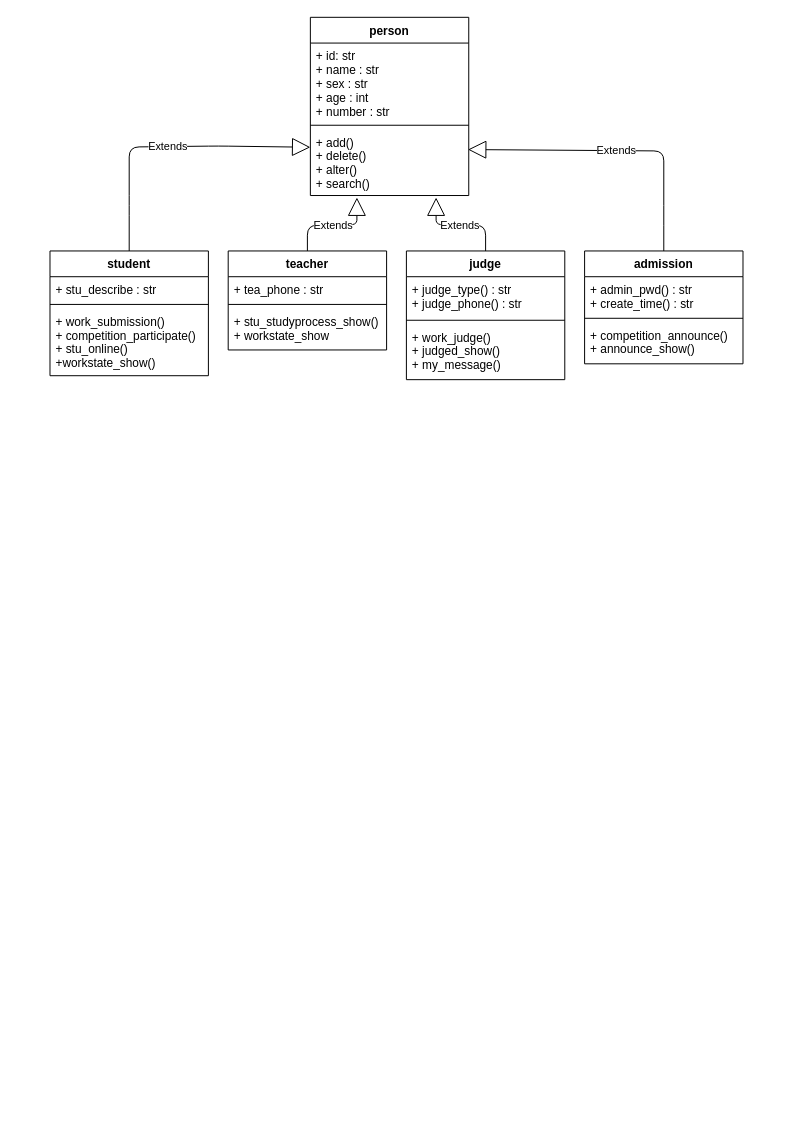
The draw.io diagram 1.drawio in real-hada/competition, before the edit. Source tidied: cells renumbered, new cells numbered last; positions are measured from the earlier drawing's top-left corner, leaving out a move shared by most shapes. Both pictures are drawn from the tidied source at 99%, with x=0, y=0 at pixel (50, 17).
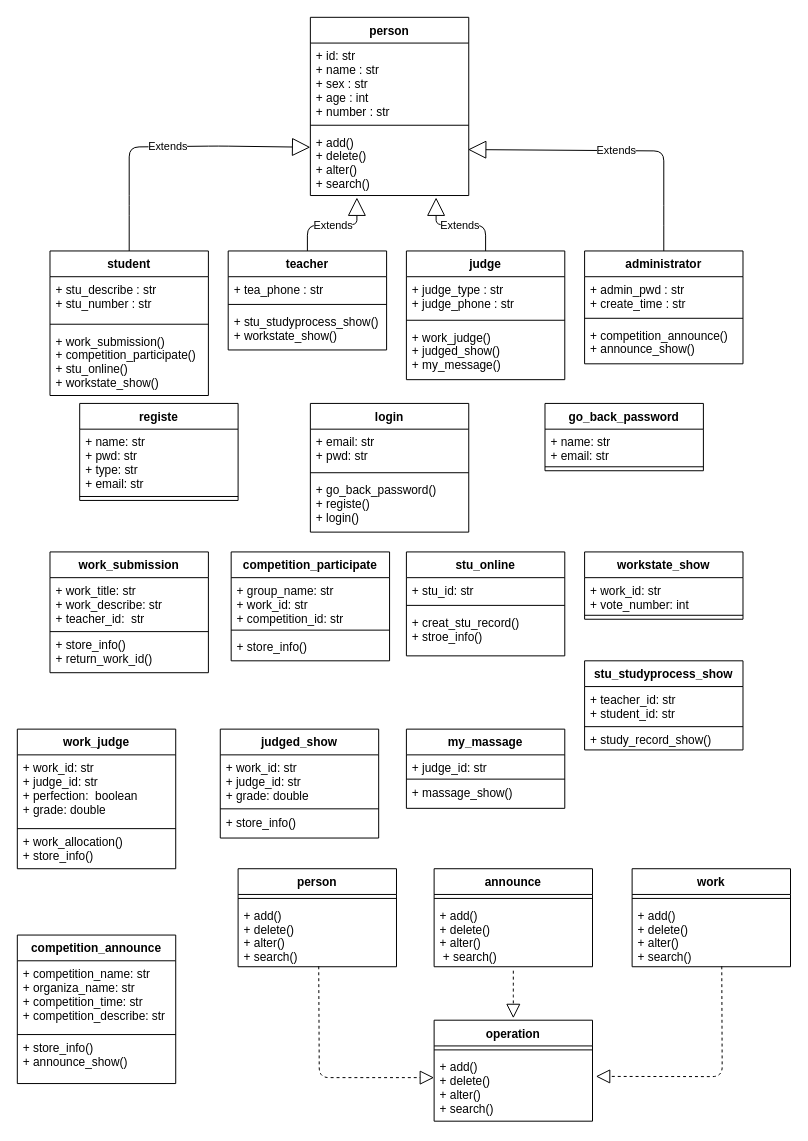
The same page after the edit.

The change refers to these unchanged cells:
```xml
<mxCell id="6" value="teacher" style="swimlane;fontStyle=1;align=center;verticalAlign=top;horizontal=1;startSize=26;" parent="1" vertex="1">
  <mxGeometry x="180" y="236" width="160" height="100" as="geometry" />
</mxCell>
<mxCell id="14" value="judge" style="swimlane;fontStyle=1;align=center;verticalAlign=top;horizontal=1;startSize=26;" parent="1" vertex="1">
  <mxGeometry x="360" y="236" width="160" height="130" as="geometry" />
</mxCell>
```

Diff of the diagram source:
```diff
@@
-<mxGraphModel>
+<mxGraphModel background="#FFFFFF">
@@
     <mxCell id="2" value="student" style="swimlane;fontStyle=1;align=center;verticalAlign=top;horizontal=1;startSize=26;" parent="1" vertex="1">
-      <mxGeometry y="236" width="160" height="126" as="geometry" />
+      <mxGeometry y="236" width="160" height="146" as="geometry" />
     </mxCell>
-    <mxCell id="3" value="+ stu_describe : str&#10;" style="text;strokeColor=none;fillColor=none;align=left;verticalAlign=top;spacingLeft=4;spacingRight=4;overflow=hidden;" parent="2" vertex="1">
-      <mxGeometry y="26" width="160" height="24" as="geometry" />
+    <mxCell id="3" value="+ stu_describe : str&#10;+ stu_number : str&#10;" style="text;strokeColor=none;fillColor=none;align=left;verticalAlign=top;spacingLeft=4;spacingRight=4;overflow=hidden;" parent="2" vertex="1">
+      <mxGeometry y="26" width="160" height="44" as="geometry" />
     </mxCell>
     <mxCell id="4" style="line;strokeWidth=1;fillColor=none;align=left;verticalAlign=middle;spacingTop=-1;spacingLeft=3;spacingRight=3;labelPosition=right;" parent="2" vertex="1">
-      <mxGeometry y="50" width="160" height="8" as="geometry" />
+      <mxGeometry y="70" width="160" height="8" as="geometry" />
     </mxCell>
-    <mxCell id="5" value="+ work_submission()&#10;+ competition_participate()&#10;+ stu_online()&#10;+workstate_show()" style="text;strokeColor=none;fillColor=none;align=left;verticalAlign=top;spacingLeft=4;spacingRight=4;overflow=hidden;" parent="2" vertex="1">
-      <mxGeometry y="58" width="160" height="68" as="geometry" />
+    <mxCell id="5" value="+ work_submission()&#10;+ competition_participate()&#10;+ stu_online()&#10;+ workstate_show()" style="text;strokeColor=none;fillColor=none;align=left;verticalAlign=top;spacingLeft=4;spacingRight=4;overflow=hidden;" parent="2" vertex="1">
+      <mxGeometry y="78" width="160" height="68" as="geometry" />
     </mxCell>
@@
-    <mxCell id="9" value="+ stu_studyprocess_show()&#10;+ workstate_show" style="text;strokeColor=none;fillColor=none;align=left;verticalAlign=top;spacingLeft=4;spacingRight=4;overflow=hidden;" parent="6" vertex="1">
+    <mxCell id="9" value="+ stu_studyprocess_show()&#10;+ workstate_show()" style="text;strokeColor=none;fillColor=none;align=left;verticalAlign=top;spacingLeft=4;spacingRight=4;overflow=hidden;" parent="6" vertex="1">
       <mxGeometry y="58" width="160" height="42" as="geometry" />
     </mxCell>
@@
-    <mxCell id="15" value="+ judge_type() : str&#10;+ judge_phone() : str&#10;" style="text;strokeColor=none;fillColor=none;align=left;verticalAlign=top;spacingLeft=4;spacingRight=4;overflow=hidden;" parent="14" vertex="1">
+    <mxCell id="15" value="+ judge_type : str&#10;+ judge_phone : str&#10;" style="text;strokeColor=none;fillColor=none;align=left;verticalAlign=top;spacingLeft=4;spacingRight=4;overflow=hidden;" parent="14" vertex="1">
       <mxGeometry y="26" width="160" height="40" as="geometry" />
     </mxCell>
@@
-    <mxCell id="18" value="admission" style="swimlane;fontStyle=1;align=center;verticalAlign=top;horizontal=1;startSize=26;" parent="1" vertex="1">
+    <mxCell id="18" value="administrator" style="swimlane;fontStyle=1;align=center;verticalAlign=top;horizontal=1;startSize=26;" parent="1" vertex="1">
       <mxGeometry x="540" y="236" width="160" height="114" as="geometry" />
     </mxCell>
-    <mxCell id="19" value="+ admin_pwd() : str&#10;+ create_time() : str&#10;&#10;" style="text;strokeColor=none;fillColor=none;align=left;verticalAlign=top;spacingLeft=4;spacingRight=4;overflow=hidden;" parent="18" vertex="1">
+    <mxCell id="19" value="+ admin_pwd : str&#10;+ create_time : str&#10;&#10;" style="text;strokeColor=none;fillColor=none;align=left;verticalAlign=top;spacingLeft=4;spacingRight=4;overflow=hidden;" parent="18" vertex="1">
       <mxGeometry y="26" width="160" height="38" as="geometry" />
     </mxCell>
@@
+    <mxCell id="26" value="login" style="swimlane;fontStyle=1;align=center;verticalAlign=top;horizontal=1;startSize=26;" parent="1" vertex="1">
+      <mxGeometry x="263" y="390" width="160" height="130" as="geometry" />
+    </mxCell>
+    <mxCell id="27" value="+ email: str&#10;+ pwd: str" style="text;strokeColor=none;fillColor=none;align=left;verticalAlign=top;spacingLeft=4;spacingRight=4;overflow=hidden;" parent="26" vertex="1">
+      <mxGeometry y="26" width="160" height="40" as="geometry" />
+    </mxCell>
+    <mxCell id="28" style="line;strokeWidth=1;fillColor=none;align=left;verticalAlign=middle;spacingTop=-1;spacingLeft=3;spacingRight=3;labelPosition=right;" parent="26" vertex="1">
+      <mxGeometry y="66" width="160" height="8" as="geometry" />
+    </mxCell>
+    <mxCell id="29" value="+ go_back_password()&#10;+ registe()&#10;+ login()" style="text;strokeColor=none;fillColor=none;align=left;verticalAlign=top;spacingLeft=4;spacingRight=4;overflow=hidden;" parent="26" vertex="1">
+      <mxGeometry y="74" width="160" height="56" as="geometry" />
+    </mxCell>
+    <mxCell id="30" value="registe" style="swimlane;fontStyle=1;align=center;verticalAlign=top;horizontal=1;startSize=26;" parent="1" vertex="1">
+      <mxGeometry x="30" y="390" width="160" height="98" as="geometry" />
+    </mxCell>
+    <mxCell id="31" value="+ name: str&#10;+ pwd: str&#10;+ type: str&#10;+ email: str" style="text;strokeColor=none;fillColor=none;align=left;verticalAlign=top;spacingLeft=4;spacingRight=4;overflow=hidden;" parent="30" vertex="1">
+      <mxGeometry y="26" width="160" height="64" as="geometry" />
+    </mxCell>
+    <mxCell id="32" style="line;strokeWidth=1;fillColor=none;align=left;verticalAlign=middle;spacingTop=-1;spacingLeft=3;spacingRight=3;labelPosition=right;" parent="30" vertex="1">
+      <mxGeometry y="90" width="160" height="8" as="geometry" />
+    </mxCell>
+    <mxCell id="33" value="go_back_password" style="swimlane;fontStyle=1;align=center;verticalAlign=top;horizontal=1;startSize=26;" parent="1" vertex="1">
+      <mxGeometry x="500" y="390" width="160" height="68" as="geometry" />
+    </mxCell>
+    <mxCell id="34" value="+ name: str&#10;+ email: str" style="text;strokeColor=none;fillColor=none;align=left;verticalAlign=top;spacingLeft=4;spacingRight=4;overflow=hidden;" parent="33" vertex="1">
+      <mxGeometry y="26" width="160" height="34" as="geometry" />
+    </mxCell>
+    <mxCell id="35" style="line;strokeWidth=1;fillColor=none;align=left;verticalAlign=middle;spacingTop=-1;spacingLeft=3;spacingRight=3;labelPosition=right;" parent="33" vertex="1">
+      <mxGeometry y="60" width="160" height="8" as="geometry" />
+    </mxCell>
+    <mxCell id="36" value="work_submission" style="swimlane;fontStyle=1;align=center;verticalAlign=top;horizontal=1;startSize=26;" parent="1" vertex="1">
+      <mxGeometry y="540" width="160" height="122" as="geometry" />
+    </mxCell>
+    <mxCell id="37" value="+ work_title: str&#10;+ work_describe: str&#10;+ teacher_id:  str" style="text;strokeColor=none;fillColor=none;align=left;verticalAlign=top;spacingLeft=4;spacingRight=4;overflow=hidden;" parent="36" vertex="1">
+      <mxGeometry y="26" width="160" height="54" as="geometry" />
+    </mxCell>
+    <mxCell id="38" style="line;strokeWidth=1;fillColor=none;align=left;verticalAlign=middle;spacingTop=-1;spacingLeft=3;spacingRight=3;labelPosition=right;" parent="36" vertex="1">
+      <mxGeometry y="80" width="160" height="1" as="geometry" />
+    </mxCell>
+    <mxCell id="39" value="+ store_info()&#10;+ return_work_id()" style="text;strokeColor=none;fillColor=none;align=left;verticalAlign=top;spacingLeft=4;spacingRight=4;overflow=hidden;" parent="36" vertex="1">
+      <mxGeometry y="81" width="160" height="41" as="geometry" />
+    </mxCell>
+    <mxCell id="40" value="competition_participate" style="swimlane;fontStyle=1;align=center;verticalAlign=top;horizontal=1;startSize=26;" parent="1" vertex="1">
+      <mxGeometry x="183" y="540" width="160" height="110" as="geometry" />
+    </mxCell>
+    <mxCell id="41" value="+ group_name: str&#10;+ work_id: str&#10;+ competition_id: str " style="text;strokeColor=none;fillColor=none;align=left;verticalAlign=top;spacingLeft=4;spacingRight=4;overflow=hidden;" parent="40" vertex="1">
+      <mxGeometry y="26" width="160" height="49" as="geometry" />
+    </mxCell>
+    <mxCell id="42" style="line;strokeWidth=1;fillColor=none;align=left;verticalAlign=middle;spacingTop=-1;spacingLeft=3;spacingRight=3;labelPosition=right;" parent="40" vertex="1">
+      <mxGeometry y="75" width="160" height="8" as="geometry" />
+    </mxCell>
+    <mxCell id="43" value="+ store_info()" style="text;strokeColor=none;fillColor=none;align=left;verticalAlign=top;spacingLeft=4;spacingRight=4;overflow=hidden;" parent="40" vertex="1">
+      <mxGeometry y="83" width="160" height="27" as="geometry" />
+    </mxCell>
+    <mxCell id="44" value="stu_online" style="swimlane;fontStyle=1;align=center;verticalAlign=top;horizontal=1;startSize=26;" parent="1" vertex="1">
+      <mxGeometry x="360" y="540" width="160" height="105" as="geometry" />
+    </mxCell>
+    <mxCell id="45" value="+ stu_id: str" style="text;strokeColor=none;fillColor=none;align=left;verticalAlign=top;spacingLeft=4;spacingRight=4;overflow=hidden;" parent="44" vertex="1">
+      <mxGeometry y="26" width="160" height="24" as="geometry" />
+    </mxCell>
+    <mxCell id="46" style="line;strokeWidth=1;fillColor=none;align=left;verticalAlign=middle;spacingTop=-1;spacingLeft=3;spacingRight=3;labelPosition=right;" parent="44" vertex="1">
+      <mxGeometry y="50" width="160" height="8" as="geometry" />
+    </mxCell>
+    <mxCell id="47" value="+ creat_stu_record()&#10;+ stroe_info()" style="text;strokeColor=none;fillColor=none;align=left;verticalAlign=top;spacingLeft=4;spacingRight=4;overflow=hidden;" parent="44" vertex="1">
+      <mxGeometry y="58" width="160" height="47" as="geometry" />
+    </mxCell>
+    <mxCell id="48" value="workstate_show" style="swimlane;fontStyle=1;align=center;verticalAlign=top;horizontal=1;startSize=26;" parent="1" vertex="1">
+      <mxGeometry x="540" y="540" width="160" height="68" as="geometry" />
+    </mxCell>
+    <mxCell id="49" value="+ work_id: str&#10;+ vote_number: int&#10;  " style="text;strokeColor=none;fillColor=none;align=left;verticalAlign=top;spacingLeft=4;spacingRight=4;overflow=hidden;" parent="48" vertex="1">
+      <mxGeometry y="26" width="160" height="34" as="geometry" />
+    </mxCell>
+    <mxCell id="50" style="line;strokeWidth=1;fillColor=none;align=left;verticalAlign=middle;spacingTop=-1;spacingLeft=3;spacingRight=3;labelPosition=right;" parent="48" vertex="1">
+      <mxGeometry y="60" width="160" height="8" as="geometry" />
+    </mxCell>
+    <mxCell id="51" value="stu_studyprocess_show" style="swimlane;fontStyle=1;align=center;verticalAlign=top;horizontal=1;startSize=26;" parent="1" vertex="1">
+      <mxGeometry x="540" y="650" width="160" height="90" as="geometry" />
+    </mxCell>
+    <mxCell id="52" value="+ teacher_id: str&#10;+ student_id: str" style="text;strokeColor=none;fillColor=none;align=left;verticalAlign=top;spacingLeft=4;spacingRight=4;overflow=hidden;" parent="51" vertex="1">
+      <mxGeometry y="26" width="160" height="40" as="geometry" />
+    </mxCell>
+    <mxCell id="53" style="line;strokeWidth=1;fillColor=none;align=left;verticalAlign=middle;spacingTop=-1;spacingLeft=3;spacingRight=3;labelPosition=right;" parent="51" vertex="1">
+      <mxGeometry y="66" width="160" height="1" as="geometry" />
+    </mxCell>
+    <mxCell id="54" value="+ study_record_show()" style="text;strokeColor=none;fillColor=none;align=left;verticalAlign=top;spacingLeft=4;spacingRight=4;overflow=hidden;" parent="51" vertex="1">
+      <mxGeometry y="67" width="160" height="23" as="geometry" />
+    </mxCell>
+    <mxCell id="55" value="work_judge" style="swimlane;fontStyle=1;align=center;verticalAlign=top;horizontal=1;startSize=26;" parent="1" vertex="1">
+      <mxGeometry x="-33" y="719" width="160" height="141" as="geometry" />
+    </mxCell>
+    <mxCell id="56" value="+ work_id: str&#10;+ judge_id: str&#10;+ perfection:  boolean&#10;+ grade: double" style="text;strokeColor=none;fillColor=none;align=left;verticalAlign=top;spacingLeft=4;spacingRight=4;overflow=hidden;" parent="55" vertex="1">
+      <mxGeometry y="26" width="160" height="74" as="geometry" />
+    </mxCell>
+    <mxCell id="57" style="line;strokeWidth=1;fillColor=none;align=left;verticalAlign=middle;spacingTop=-1;spacingLeft=3;spacingRight=3;labelPosition=right;" parent="55" vertex="1">
+      <mxGeometry y="100" width="160" height="1" as="geometry" />
+    </mxCell>
+    <mxCell id="58" value="+ work_allocation()&#10;+ store_info()" style="text;strokeColor=none;fillColor=none;align=left;verticalAlign=top;spacingLeft=4;spacingRight=4;overflow=hidden;" parent="55" vertex="1">
+      <mxGeometry y="101" width="160" height="40" as="geometry" />
+    </mxCell>
+    <mxCell id="59" value="judged_show" style="swimlane;fontStyle=1;align=center;verticalAlign=top;horizontal=1;startSize=26;" parent="1" vertex="1">
+      <mxGeometry x="172" y="719" width="160" height="110" as="geometry" />
+    </mxCell>
+    <mxCell id="60" value="+ work_id: str&#10;+ judge_id: str&#10;+ grade: double" style="text;strokeColor=none;fillColor=none;align=left;verticalAlign=top;spacingLeft=4;spacingRight=4;overflow=hidden;" parent="59" vertex="1">
+      <mxGeometry y="26" width="160" height="54" as="geometry" />
+    </mxCell>
+    <mxCell id="61" style="line;strokeWidth=1;fillColor=none;align=left;verticalAlign=middle;spacingTop=-1;spacingLeft=3;spacingRight=3;labelPosition=right;" parent="59" vertex="1">
+      <mxGeometry y="80" width="160" height="1" as="geometry" />
+    </mxCell>
+    <mxCell id="62" value="+ store_info()" style="text;strokeColor=none;fillColor=none;align=left;verticalAlign=top;spacingLeft=4;spacingRight=4;overflow=hidden;" parent="59" vertex="1">
+      <mxGeometry y="81" width="160" height="29" as="geometry" />
+    </mxCell>
+    <mxCell id="63" value="my_massage" style="swimlane;fontStyle=1;align=center;verticalAlign=top;horizontal=1;startSize=26;" parent="1" vertex="1">
+      <mxGeometry x="360" y="719" width="160" height="80" as="geometry" />
+    </mxCell>
+    <mxCell id="64" value="+ judge_id: str" style="text;strokeColor=none;fillColor=none;align=left;verticalAlign=top;spacingLeft=4;spacingRight=4;overflow=hidden;" parent="63" vertex="1">
+      <mxGeometry y="26" width="160" height="24" as="geometry" />
+    </mxCell>
+    <mxCell id="65" style="line;strokeWidth=1;fillColor=none;align=left;verticalAlign=middle;spacingTop=-1;spacingLeft=3;spacingRight=3;labelPosition=right;" parent="63" vertex="1">
+      <mxGeometry y="50" width="160" height="1" as="geometry" />
+    </mxCell>
+    <mxCell id="66" value="+ massage_show()" style="text;strokeColor=none;fillColor=none;align=left;verticalAlign=top;spacingLeft=4;spacingRight=4;overflow=hidden;" parent="63" vertex="1">
+      <mxGeometry y="51" width="160" height="29" as="geometry" />
+    </mxCell>
+    <mxCell id="67" value="competition_announce" style="swimlane;fontStyle=1;align=center;verticalAlign=top;horizontal=1;startSize=26;" parent="1" vertex="1">
+      <mxGeometry x="-33" y="927" width="160" height="150" as="geometry" />
+    </mxCell>
+    <mxCell id="68" value="+ competition_name: str&#10;+ organiza_name: str&#10;+ competition_time: str&#10;+ competition_describe: str" style="text;strokeColor=none;fillColor=none;align=left;verticalAlign=top;spacingLeft=4;spacingRight=4;overflow=hidden;" parent="67" vertex="1">
+      <mxGeometry y="26" width="160" height="74" as="geometry" />
+    </mxCell>
+    <mxCell id="69" style="line;strokeWidth=1;fillColor=none;align=left;verticalAlign=middle;spacingTop=-1;spacingLeft=3;spacingRight=3;labelPosition=right;" parent="67" vertex="1">
+      <mxGeometry y="100" width="160" height="1" as="geometry" />
+    </mxCell>
+    <mxCell id="70" value="+ store_info()&#10;+ announce_show()" style="text;strokeColor=none;fillColor=none;align=left;verticalAlign=top;spacingLeft=4;spacingRight=4;overflow=hidden;" parent="67" vertex="1">
+      <mxGeometry y="101" width="160" height="49" as="geometry" />
+    </mxCell>
+    <mxCell id="71" value="person" style="swimlane;fontStyle=1;align=center;verticalAlign=top;horizontal=1;startSize=26;" parent="1" vertex="1">
+      <mxGeometry x="190" y="860" width="160" height="99" as="geometry" />
+    </mxCell>
+    <mxCell id="72" style="line;strokeWidth=1;fillColor=none;align=left;verticalAlign=middle;spacingTop=-1;spacingLeft=3;spacingRight=3;labelPosition=right;" parent="71" vertex="1">
+      <mxGeometry y="26" width="160" height="8" as="geometry" />
+    </mxCell>
+    <mxCell id="73" value="+ add()&#10;+ delete()&#10;+ alter()&#10;+ search()" style="text;strokeColor=none;fillColor=none;align=left;verticalAlign=top;spacingLeft=4;spacingRight=4;overflow=hidden;points=[[0,0.5],[1,0.5]];portConstraint=eastwest;" parent="71" vertex="1">
+      <mxGeometry y="34" width="160" height="65" as="geometry" />
+    </mxCell>
+    <mxCell id="74" value="announce" style="swimlane;fontStyle=1;align=center;verticalAlign=top;horizontal=1;startSize=26;" parent="1" vertex="1">
+      <mxGeometry x="388" y="860" width="160" height="99" as="geometry" />
+    </mxCell>
+    <mxCell id="75" style="line;strokeWidth=1;fillColor=none;align=left;verticalAlign=middle;spacingTop=-1;spacingLeft=3;spacingRight=3;labelPosition=right;" parent="74" vertex="1">
+      <mxGeometry y="26" width="160" height="8" as="geometry" />
+    </mxCell>
+    <mxCell id="76" value="+ add()&#10;+ delete()&#10;+ alter()&#10; + search()" style="text;strokeColor=none;fillColor=none;align=left;verticalAlign=top;spacingLeft=4;spacingRight=4;overflow=hidden;" parent="74" vertex="1">
+      <mxGeometry y="34" width="160" height="65" as="geometry" />
+    </mxCell>
+    <mxCell id="77" value="work" style="swimlane;fontStyle=1;align=center;verticalAlign=top;horizontal=1;startSize=26;" parent="1" vertex="1">
+      <mxGeometry x="588" y="860" width="160" height="99" as="geometry" />
+    </mxCell>
+    <mxCell id="78" style="line;strokeWidth=1;fillColor=none;align=left;verticalAlign=middle;spacingTop=-1;spacingLeft=3;spacingRight=3;labelPosition=right;" parent="77" vertex="1">
+      <mxGeometry y="26" width="160" height="8" as="geometry" />
+    </mxCell>
+    <mxCell id="79" value="+ add()&#10;+ delete()&#10;+ alter()&#10;+ search()" style="text;strokeColor=none;fillColor=none;align=left;verticalAlign=top;spacingLeft=4;spacingRight=4;overflow=hidden;points=[[0,0.5],[1,0.5]];portConstraint=eastwest;" parent="77" vertex="1">
+      <mxGeometry y="34" width="160" height="65" as="geometry" />
+    </mxCell>
+    <mxCell id="80" value="operation" style="swimlane;fontStyle=1;align=center;verticalAlign=top;horizontal=1;startSize=26;" parent="1" vertex="1">
+      <mxGeometry x="388" y="1013" width="160" height="102" as="geometry" />
+    </mxCell>
+    <mxCell id="81" style="line;strokeWidth=1;fillColor=none;align=left;verticalAlign=middle;spacingTop=-1;spacingLeft=3;spacingRight=3;labelPosition=right;" parent="80" vertex="1">
+      <mxGeometry y="26" width="160" height="8" as="geometry" />
+    </mxCell>
+    <mxCell id="82" value="+ add()&#10;+ delete()&#10;+ alter()&#10;+ search()" style="text;strokeColor=none;fillColor=none;align=left;verticalAlign=top;spacingLeft=4;spacingRight=4;overflow=hidden;points=[[0,0.5],[1,0.5]];portConstraint=eastwest;" parent="80" vertex="1">
+      <mxGeometry y="34" width="160" height="68" as="geometry" />
+    </mxCell>
+    <mxCell id="83" style="endArrow=block;dashed=1;endFill=0;endSize=12;html=1;" parent="1" edge="1">
+      <mxGeometry relative="1" as="geometry">
+        <mxPoint x="468" y="963" as="sourcePoint" />
+        <mxPoint x="468" y="1011" as="targetPoint" />
+        <Array as="points">
+          <mxPoint x="468" y="982" />
+        </Array>
+      </mxGeometry>
+    </mxCell>
+    <mxCell id="84" style="endArrow=block;dashed=1;endFill=0;endSize=12;html=1;exitX=0.509;exitY=0.994;exitDx=0;exitDy=0;exitPerimeter=0;" parent="1" edge="1" source="73">
+      <mxGeometry relative="1" as="geometry">
+        <mxPoint x="388" y="1071" as="targetPoint" />
+        <Array as="points">
+          <mxPoint x="272" y="1071" />
+        </Array>
+      </mxGeometry>
+    </mxCell>
+    <mxCell id="85" style="endArrow=block;dashed=1;endFill=0;endSize=12;html=1;entryX=1.021;entryY=0.335;entryDx=0;entryDy=0;entryPerimeter=0;exitX=0.566;exitY=0.994;exitDx=0;exitDy=0;exitPerimeter=0;" parent="1" edge="1" source="79" target="82">
+      <mxGeometry relative="1" as="geometry">
+        <Array as="points">
+          <mxPoint x="679" y="1070" />
+        </Array>
+      </mxGeometry>
+    </mxCell>
```
